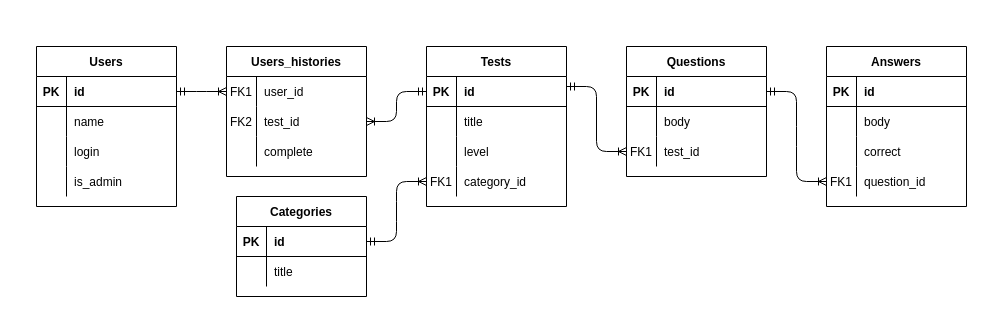
Earlier version of the draw.io diagram Untitled Diagram.drawio (Cainar/New). Source tidied: cells renumbered, new cells numbered last; positions are measured from the earlier drawing's top-left corner, leaving out a move shared by most shapes. Both pictures are drawn from the tidied source at 100%, with x=0, y=0 at pixel (36, 46).
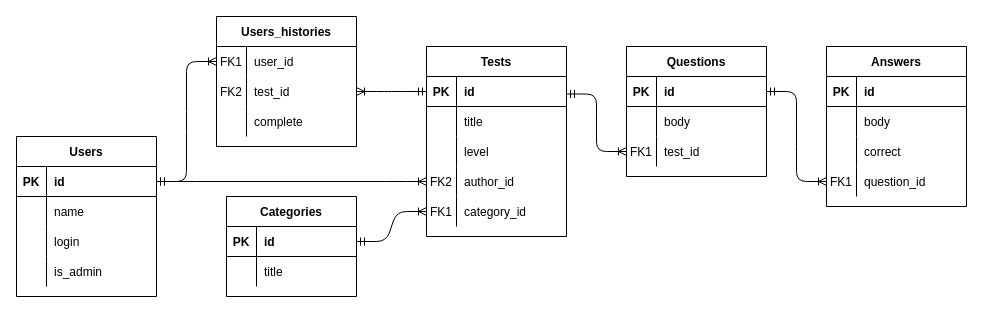
The same diagram, later.

The change refers to these unchanged cells:
```xml
<mxCell id="46" style="shape=partialRectangle;fillColor=none;points=[[0,0.5],[1,0.5]];portConstraint=eastwest;top=0;left=0;right=0;bottom=1;" parent="45" vertex="1">
  <mxGeometry y="30" width="140" height="30" as="geometry" />
</mxCell>
```

Change to the diagram source:
```diff
@@
     <mxCell id="2" value="Categories" style="shape=table;startSize=30;childLayout=tableLayout;rowLines=0;fontStyle=1;align=center;" parent="1" vertex="1">
-      <mxGeometry x="200" y="150" width="130" height="100" as="geometry" />
+      <mxGeometry x="190" y="150" width="130" height="100" as="geometry" />
     </mxCell>
@@
     <mxCell id="32" value="Tests" style="shape=table;startSize=30;childLayout=tableLayout;rowLines=0;fontStyle=1;align=center;" parent="1" vertex="1">
-      <mxGeometry x="390" width="140" height="160" as="geometry" />
+      <mxGeometry x="390" width="140" height="190" as="geometry" />
     </mxCell>
@@
+    <mxCell id="73" style="shape=partialRectangle;fillColor=none;points=[[0,0.5],[1,0.5]];portConstraint=eastwest;top=0;left=0;right=0;bottom=0;" parent="32" vertex="1">
+      <mxGeometry y="120" width="140" height="30" as="geometry" />
+    </mxCell>
+    <mxCell id="74" value="FK2" style="shape=partialRectangle;overflow=hidden;fillColor=none;top=0;left=0;bottom=0;right=0;" parent="73" vertex="1">
+      <mxGeometry width="30" height="30" as="geometry" />
+    </mxCell>
+    <mxCell id="75" value="author_id" style="shape=partialRectangle;overflow=hidden;fillColor=none;top=0;left=0;bottom=0;right=0;align=left;spacingLeft=6;" parent="73" vertex="1">
+      <mxGeometry x="30" width="110" height="30" as="geometry" />
+    </mxCell>
     <mxCell id="42" style="shape=partialRectangle;fillColor=none;points=[[0,0.5],[1,0.5]];portConstraint=eastwest;top=0;left=0;right=0;bottom=0;" parent="32" vertex="1">
-      <mxGeometry y="120" width="140" height="30" as="geometry" />
+      <mxGeometry y="150" width="140" height="30" as="geometry" />
     </mxCell>
@@
     <mxCell id="45" value="Users" style="shape=table;startSize=30;childLayout=tableLayout;rowLines=0;fontStyle=1;align=center;" parent="1" vertex="1">
-      <mxGeometry width="140" height="160" as="geometry" />
+      <mxGeometry x="-20" y="90" width="140" height="160" as="geometry" />
     </mxCell>
@@
     <mxCell id="58" value="Users_histories" style="shape=table;startSize=30;childLayout=tableLayout;rowLines=0;fontStyle=1;align=center;" parent="1" vertex="1">
-      <mxGeometry x="190" width="140" height="130" as="geometry" />
+      <mxGeometry x="180" y="-30" width="140" height="130" as="geometry" />
     </mxCell>
@@
+    <mxCell id="76" style="edgeStyle=entityRelationEdgeStyle;fontSize=12;html=1;endArrow=ERoneToMany;startArrow=ERmandOne;exitX=1;exitY=0.5;exitDx=0;exitDy=0;entryX=0;entryY=0.5;entryDx=0;entryDy=0;" parent="1" edge="1" source="46" target="73">
+      <mxGeometry relative="1" as="geometry" />
+    </mxCell>
```
